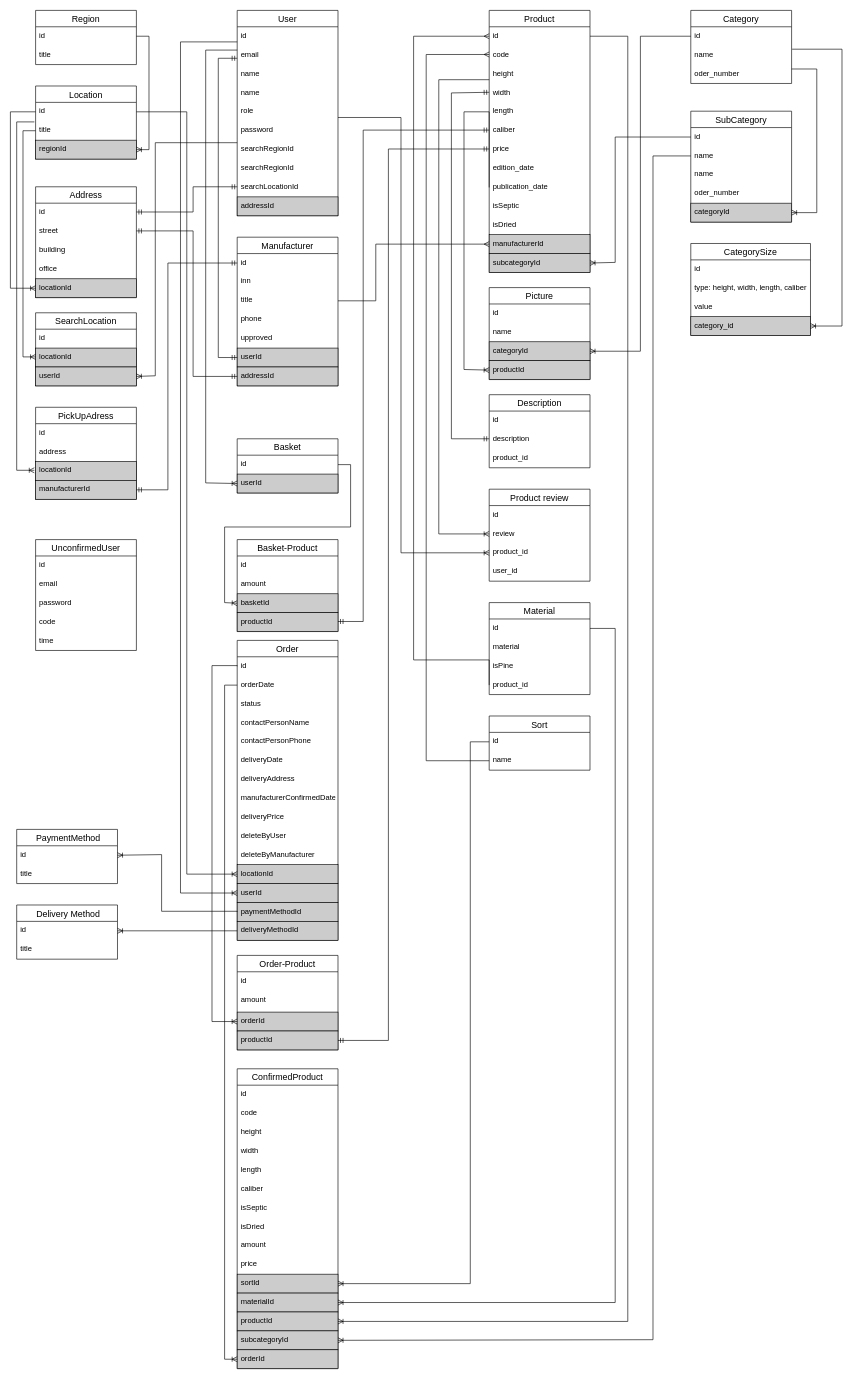
The draw.io diagram lesopilka.drawio in alexeyk500/lesopilka_backend, before the edit. Source tidied: cells renumbered, new cells numbered last; positions are measured from the earlier drawing's top-left corner, leaving out a move shared by most shapes. Both pictures are drawn from the tidied source at 63%, with x=0, y=0 at pixel (10, 10).
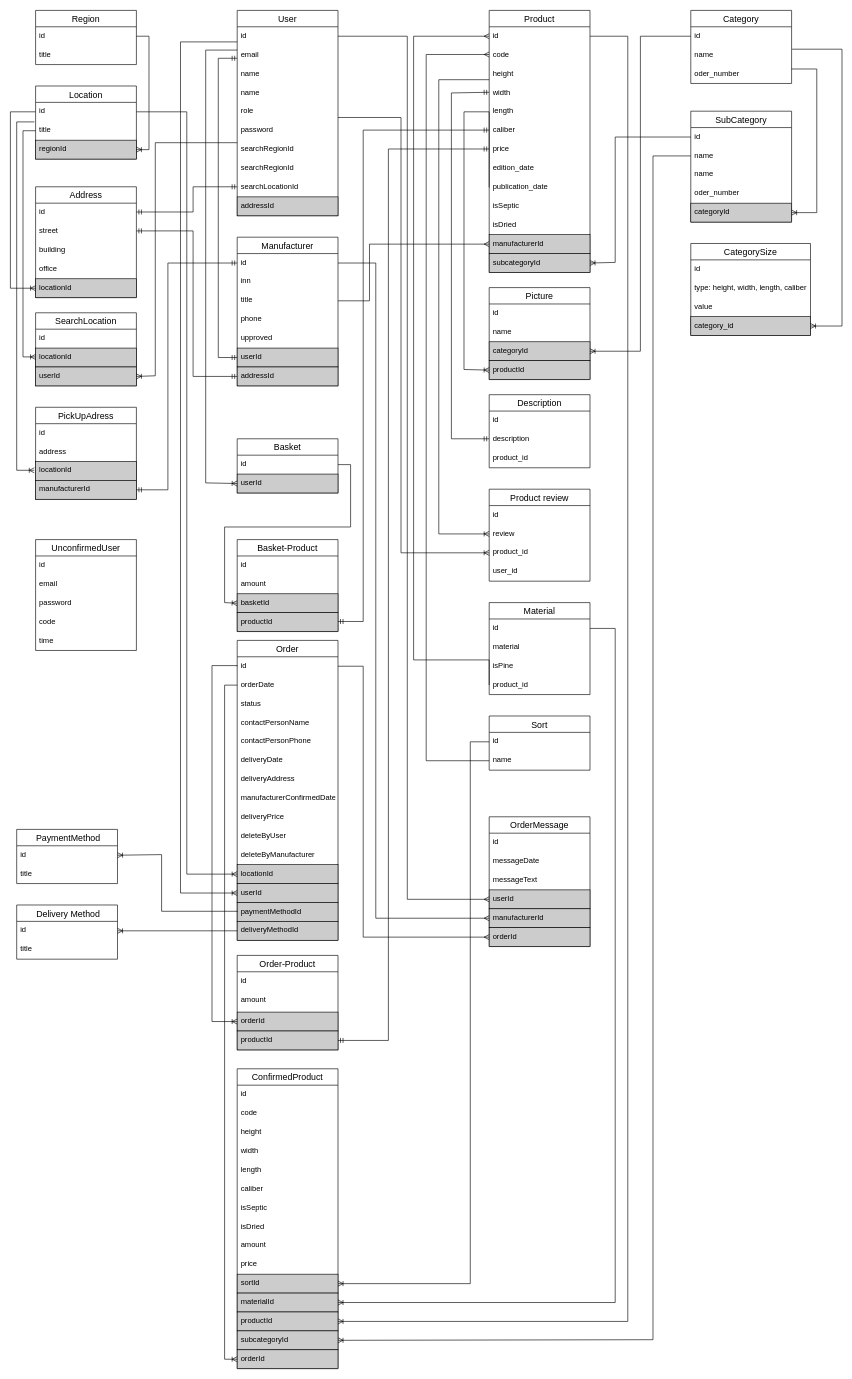
After the change.

The change refers to these unchanged cells:
```xml
<mxCell id="16" value="id" style="text;strokeColor=none;fillColor=none;spacingLeft=4;spacingRight=4;overflow=hidden;points=[[0,0.5],[1,0.5]];portConstraint=eastwest;fontSize=12;" parent="15" vertex="1">
  <mxGeometry y="26" width="160" height="30" as="geometry" />
</mxCell>
<mxCell id="42" value="manufacturerId" style="text;strokeColor=default;fillColor=#CCCCCC;spacingLeft=4;spacingRight=4;overflow=hidden;points=[[0,0.5],[1,0.5]];portConstraint=eastwest;fontSize=12;" parent="30" vertex="1">
  <mxGeometry y="356" width="160" height="30" as="geometry" />
</mxCell>
<mxCell id="102" value="id" style="text;strokeColor=none;fillColor=none;spacingLeft=4;spacingRight=4;overflow=hidden;points=[[0,0.5],[1,0.5]];portConstraint=eastwest;fontSize=12;" parent="101" vertex="1">
  <mxGeometry y="26" width="160" height="30" as="geometry" />
</mxCell>
<mxCell id="104" value="title" style="text;strokeColor=none;fillColor=none;spacingLeft=4;spacingRight=4;overflow=hidden;points=[[0,0.5],[1,0.5]];portConstraint=eastwest;fontSize=12;" parent="101" vertex="1">
  <mxGeometry y="86" width="160" height="30" as="geometry" />
</mxCell>
<mxCell id="125" value="id" style="text;strokeColor=none;fillColor=none;spacingLeft=4;spacingRight=4;overflow=hidden;points=[[0,0.5],[1,0.5]];portConstraint=eastwest;fontSize=12;" parent="124" vertex="1">
  <mxGeometry y="26" width="160" height="30" as="geometry" />
</mxCell>
```

Diff of the diagram source:
```diff
@@
     <mxCell id="56" style="edgeStyle=orthogonalEdgeStyle;fontSize=12;html=1;endArrow=ERmany;rounded=0;fontFamily=Helvetica;fontColor=default;entryX=0;entryY=0.5;entryDx=0;entryDy=0;exitX=1;exitY=0.5;exitDx=0;exitDy=0;" parent="1" edge="1" source="104" target="42">
       <mxGeometry relative="1" as="geometry">
         <Array as="points">
-          <mxPoint x="580" y="461" />
-          <mxPoint x="580" y="371" />
+          <mxPoint x="570" y="461" />
+          <mxPoint x="570" y="371" />
         </Array>
       </mxGeometry>
     </mxCell>
@@
+    <mxCell id="185" value="OrderMessage" style="swimlane;fontStyle=0;horizontal=1;startSize=26;align=center;fontSize=14;" parent="1" vertex="1">
+      <mxGeometry x="760" y="1280" width="160" height="206" as="geometry" />
+    </mxCell>
+    <mxCell id="186" value="id" style="text;strokeColor=none;fillColor=none;spacingLeft=4;spacingRight=4;overflow=hidden;fontSize=12;" parent="185" vertex="1">
+      <mxGeometry y="26" width="160" height="30" as="geometry" />
+    </mxCell>
+    <mxCell id="187" value="messageDate&#10;" style="text;strokeColor=none;fillColor=none;spacingLeft=4;spacingRight=4;overflow=hidden;fontSize=12;" parent="185" vertex="1">
+      <mxGeometry y="56" width="160" height="30" as="geometry" />
+    </mxCell>
+    <mxCell id="188" value="messageText" style="text;strokeColor=none;fillColor=none;spacingLeft=4;spacingRight=4;overflow=hidden;fontSize=12;" parent="185" vertex="1">
+      <mxGeometry y="86" width="160" height="30" as="geometry" />
+    </mxCell>
+    <mxCell id="189" value="userId" style="text;strokeColor=default;fillColor=#CCCCCC;spacingLeft=4;spacingRight=4;overflow=hidden;points=[[0,0.5],[1,0.5]];portConstraint=eastwest;fontSize=12;perimeterSpacing=0;strokeWidth=1;" parent="185" vertex="1">
+      <mxGeometry y="116" width="160" height="30" as="geometry" />
+    </mxCell>
+    <mxCell id="190" value="manufacturerId" style="text;strokeColor=default;fillColor=#CCCCCC;spacingLeft=4;spacingRight=4;overflow=hidden;points=[[0,0.5],[1,0.5]];portConstraint=eastwest;fontSize=12;perimeterSpacing=0;strokeWidth=1;" parent="185" vertex="1">
+      <mxGeometry y="146" width="160" height="30" as="geometry" />
+    </mxCell>
+    <mxCell id="191" value="orderId" style="text;strokeColor=default;fillColor=#CCCCCC;spacingLeft=4;spacingRight=4;overflow=hidden;points=[[0,0.5],[1,0.5]];portConstraint=eastwest;fontSize=12;perimeterSpacing=0;strokeWidth=1;" parent="185" vertex="1">
+      <mxGeometry y="176" width="160" height="30" as="geometry" />
+    </mxCell>
+    <mxCell id="192" style="edgeStyle=orthogonalEdgeStyle;fontSize=12;html=1;endArrow=ERmany;rounded=0;exitX=1;exitY=0.5;exitDx=0;exitDy=0;entryX=0;entryY=0.5;entryDx=0;entryDy=0;" parent="1" edge="1" source="125" target="191">
+      <mxGeometry relative="1" as="geometry">
+        <Array as="points">
+          <mxPoint x="560" y="1041" />
+          <mxPoint x="560" y="1471" />
+        </Array>
+      </mxGeometry>
+    </mxCell>
+    <mxCell id="193" style="edgeStyle=orthogonalEdgeStyle;fontSize=12;html=1;endArrow=ERmany;rounded=0;entryX=0;entryY=0.5;entryDx=0;entryDy=0;" parent="1" edge="1" source="102" target="190">
+      <mxGeometry relative="1" as="geometry">
+        <Array as="points">
+          <mxPoint x="580" y="401" />
+          <mxPoint x="580" y="1441" />
+        </Array>
+      </mxGeometry>
+    </mxCell>
+    <mxCell id="194" style="edgeStyle=orthogonalEdgeStyle;fontSize=12;html=1;endArrow=ERmany;rounded=0;exitX=1;exitY=0.5;exitDx=0;exitDy=0;entryX=0;entryY=0.5;entryDx=0;entryDy=0;" parent="1" edge="1" source="16" target="189">
+      <mxGeometry relative="1" as="geometry">
+        <Array as="points">
+          <mxPoint x="630" y="41" />
+          <mxPoint x="630" y="1411" />
+        </Array>
+      </mxGeometry>
+    </mxCell>
```
